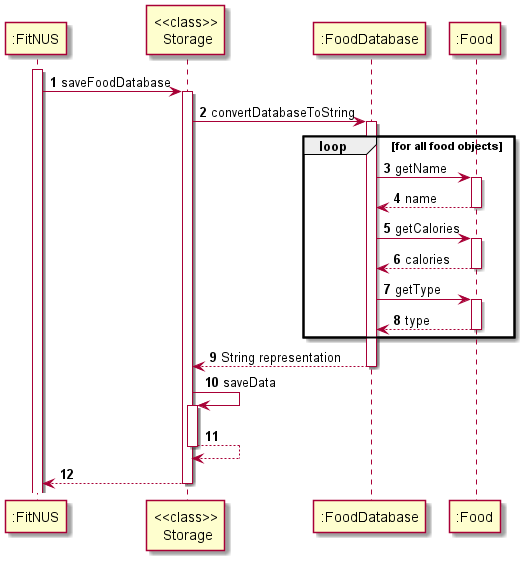
Earlier version of the PlantUML export docs/diagrams/Storage_sequence.png (praj-bellakka/tp).
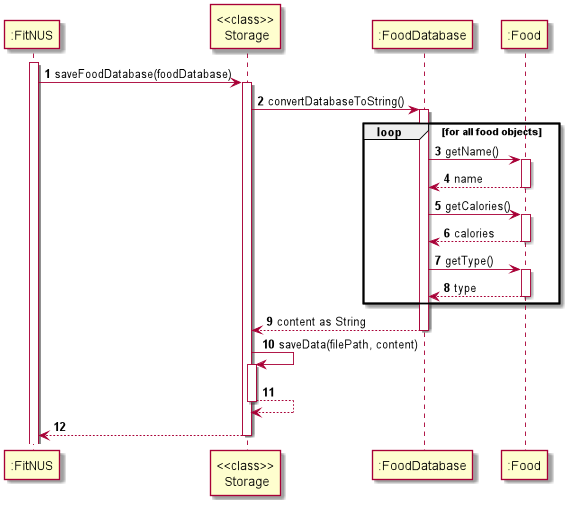
The same diagram one commit later.

Commit message:
Update DeveloperGuide and diagrams

Diff of the diagram source:
```diff
@@ -3,23 +3,23 @@
 autonumber
 
 activate ":FitNUS"
-":FitNUS" -> "<<class>>\n Storage": saveFoodDatabase
+":FitNUS" -> "<<class>>\n Storage": saveFoodDatabase(foodDatabase)
 activate "<<class>>\n Storage"
-"<<class>>\n Storage" -> ":FoodDatabase" : convertDatabaseToString
+"<<class>>\n Storage" -> ":FoodDatabase" : convertDatabaseToString()
 activate ":FoodDatabase"
 loop for all food objects
-":FoodDatabase" -> ":Food" : getName
+":FoodDatabase" -> ":Food" : getName()
 activate ":Food"
 return name
-":FoodDatabase" -> ":Food" : getCalories
+":FoodDatabase" -> ":Food" : getCalories()
 activate ":Food"
 return calories
-":FoodDatabase" -> ":Food" : getType
+":FoodDatabase" -> ":Food" : getType()
 activate ":Food"
 return type
 end
-return String representation
-"<<class>>\n Storage" -> "<<class>>\n Storage" : saveData
+return content as String
+"<<class>>\n Storage" -> "<<class>>\n Storage" : saveData(filePath, content)
 activate "<<class>>\n Storage"
 return
 return
```
